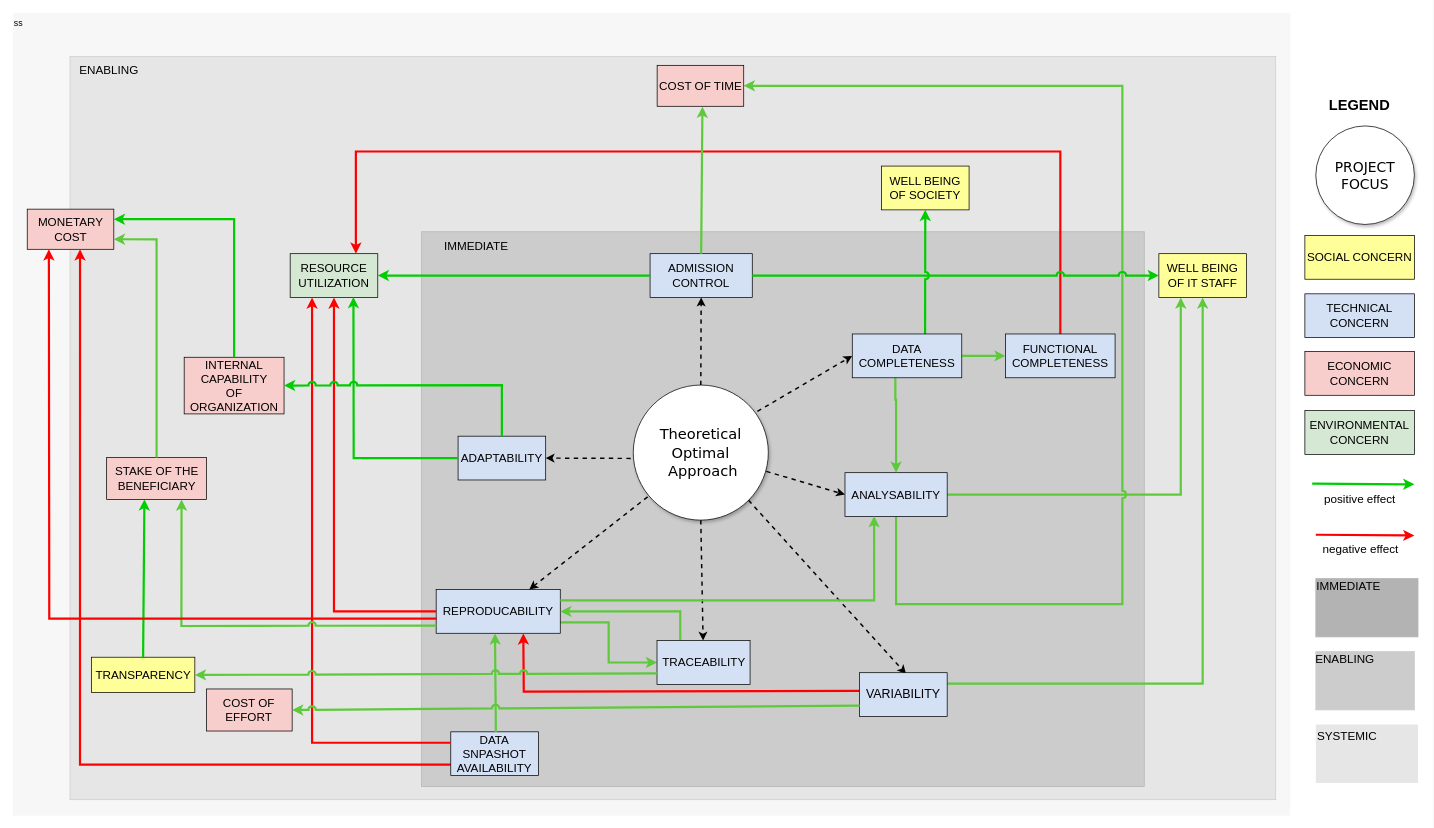
Above: page "dmap-theoreticaloptimal" (3 of 5) of data/SustainabilityImpactScore.drawio in iffatfatima/rep-pkg-SIS (draw.io), before the change. Source tidied: cells renumbered, new cells numbered last; positions are measured from the earlier drawing's top-left corner, leaving out a move shared by most shapes. Both pictures are drawn from the tidied source at 73%, with x=0, y=0 at pixel (12, 12).
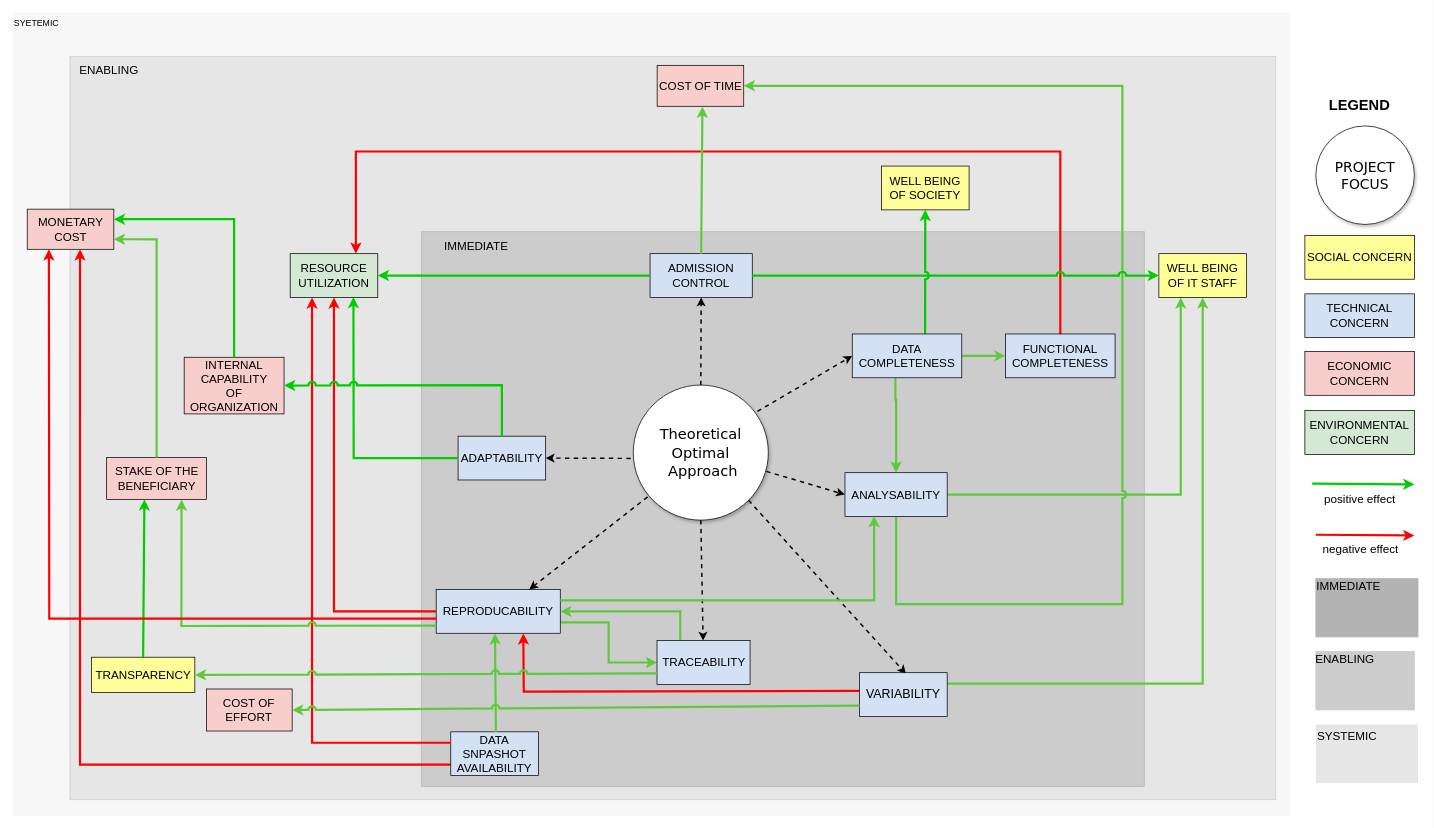
The same diagram, later.

What changed in the source:
```diff
@@
-    <mxCell id="2" value="ss" style="rounded=0;whiteSpace=wrap;html=1;fillColor=#F7F7F7;align=left;verticalAlign=top;strokeColor=none;" parent="1" vertex="1">
+    <mxCell id="2" value="SYETEMIC" style="rounded=0;whiteSpace=wrap;html=1;fillColor=#F7F7F7;align=left;verticalAlign=top;strokeColor=none;" parent="1" vertex="1">
       <mxGeometry width="1750" height="1100" as="geometry" />
     </mxCell>
```
